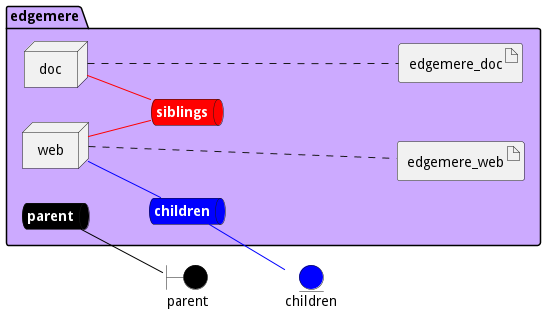
madajaju/edgemere keeps this PlantUML diagram as docs/edgemere/envs/local/deployment.png. Above is the earlier version. The source it was exported from:
```plantuml
@startuml

left to right direction


boundary parent #black


entity children #blue




package "edgemere" #ccaaff {
    queue parentnet #black [
            <b><color:white>parent</color></b>
    ]

    parentnet -[#black]- parent

    queue childrennet #blue [
            <b><color:white>children</color></b>
    ]

    childrennet -[#blue]- children

    queue siblingsnet #red [
            <b><color:white>siblings</color></b>
    ]


node "web" as webService
node "doc" as docService


        artifact "edgemere_web" as edgemere_webimage

        artifact "edgemere_doc" as edgemere_docimage

}

webService -[#blue]- childrennet

webService -[#red]- siblingsnet

docService -[#red]- siblingsnet
webService .... edgemere_webimage
docService .... edgemere_docimage


@enduml
```
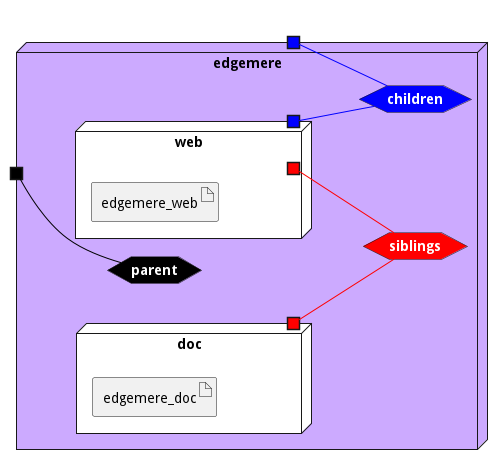
Later version of the same file.

The edit, as a diff of the source:
```diff
@@ -3,49 +3,53 @@
 left to right direction
 
 
-boundary parent #black
-
-
-entity children #blue
 
 
 
 
-package "edgemere" #ccaaff {
-    queue parentnet #black [
+
+node "edgemere" #ccaaff {
+
+
+    hexagon parentnet #black [
             <b><color:white>parent</color></b>
     ]
 
-    parentnet -[#black]- parent
+    portin " " as parentnetPortIn #black
+    parentnetPortIn -[#black]- parentnet
 
-    queue childrennet #blue [
+    hexagon childrennet #blue [
             <b><color:white>children</color></b>
     ]
 
-    childrennet -[#blue]- children
+    portout " " as childrennetPortOut #blue
+    childrennet -[#blue]- childrennetPortOut
 
-    queue siblingsnet #red [
+    hexagon siblingsnet #red [
             <b><color:white>siblings</color></b>
     ]
 
 
-node "web" as webService
-node "doc" as docService
+node "web" as webService #white {
+    portOut " " as webServicechildrennet #blue
+   webServicechildrennet -[#blue]- childrennet
+       portOut " " as webServicesiblingsnet #red
+   webServicesiblingsnet -[#red]- siblingsnet
 
 
-        artifact "edgemere_web" as edgemere_webimage
+    artifact "edgemere_web" as edgemere_webimage
 
-        artifact "edgemere_doc" as edgemere_docimage
+}
+node "doc" as docService #white {
+    portOut " " as docServicesiblingsnet #red
+   docServicesiblingsnet -[#red]- siblingsnet
+
+
+    artifact "edgemere_doc" as edgemere_docimage
 
 }
 
-webService -[#blue]- childrennet
-
-webService -[#red]- siblingsnet
-
-docService -[#red]- siblingsnet
-webService .... edgemere_webimage
-docService .... edgemere_docimage
+}
 
 
 @enduml
```
